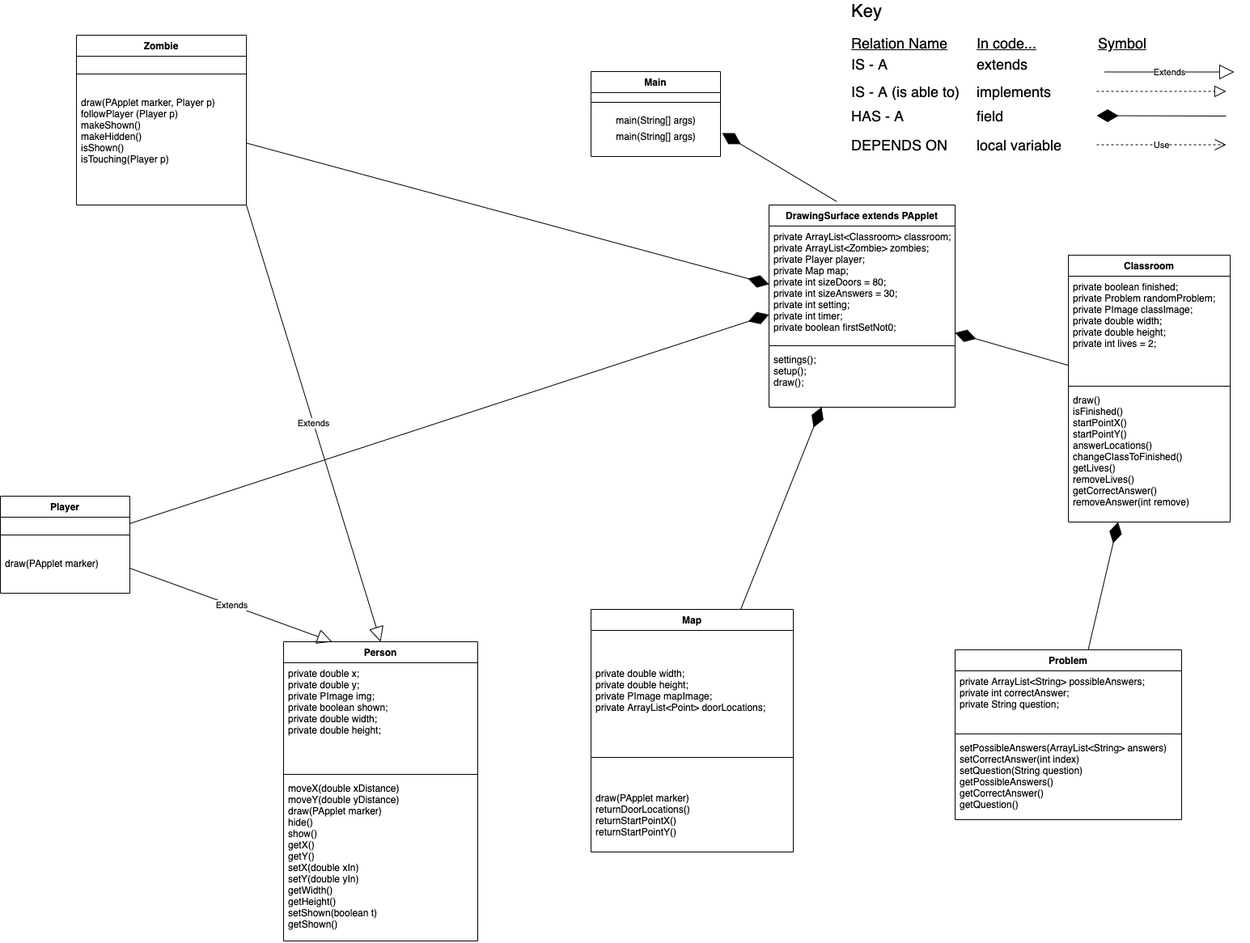
Above: doc/UML.png in HHSAPCompSci2020/capstone-project-duckbill-platypuses (draw.io), before the change. Source tidied: cells renumbered, new cells last; positions are measured from the earlier drawing's top-left corner, leaving out a move shared by most shapes.
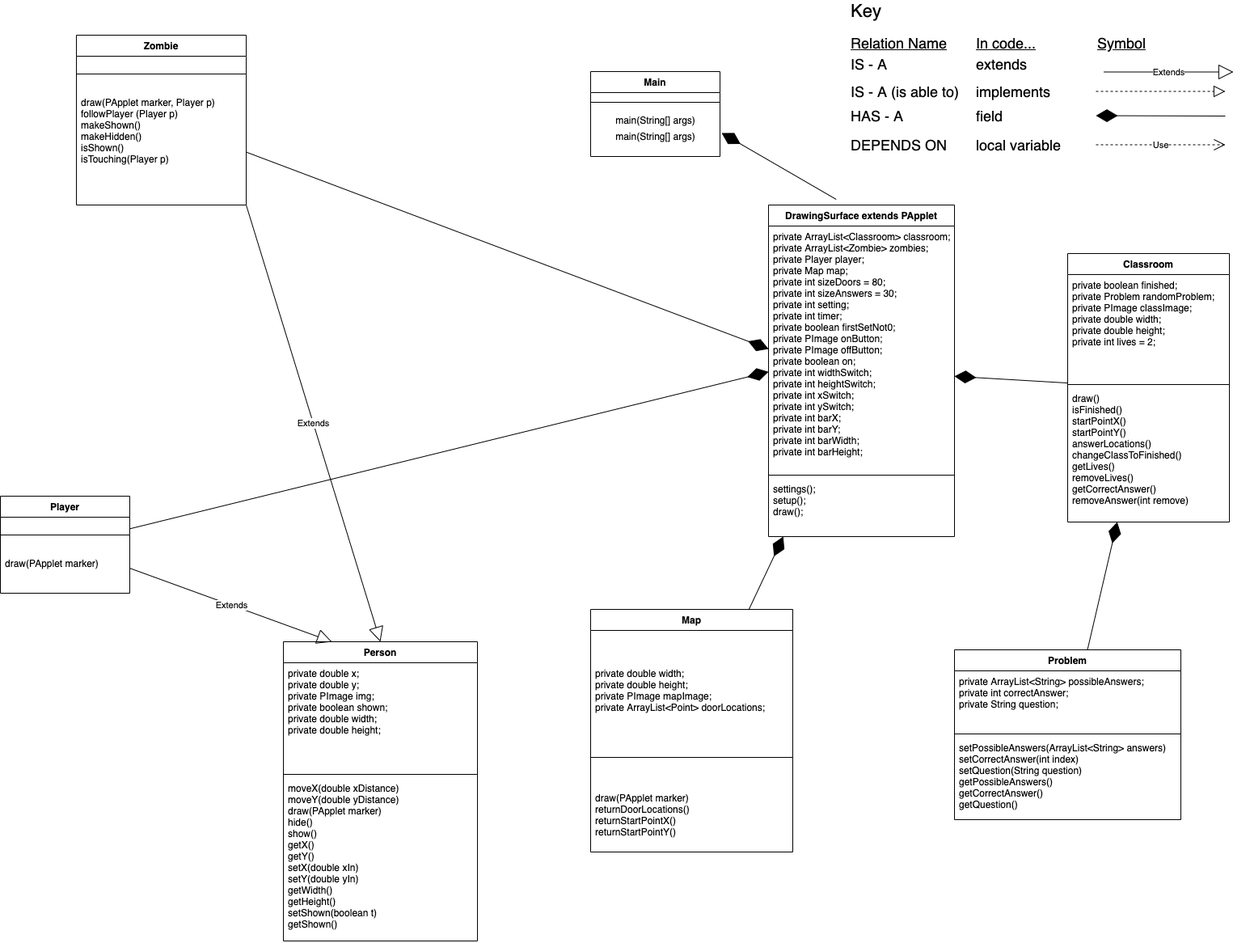
Above is the later version.

What changed in the source:
```diff
@@ -99,7 +99,7 @@
       <mxGeometry y="70" width="160" height="20" as="geometry" />
     </mxCell>
     <mxCell id="31" value="Classroom" style="swimlane;fontStyle=1;align=center;verticalAlign=top;horizontal=1;startSize=26;rounded=0;shadow=0;strokeWidth=1;" parent="1" vertex="1">
-      <mxGeometry x="1320" y="312" width="200" height="330" as="geometry" />
+      <mxGeometry x="1320" y="310" width="200" height="332" as="geometry" />
     </mxCell>
     <mxCell id="32" value="private boolean finished;&#10;&#9;private Problem randomProblem;&#10;&#9;private PImage classImage;&#10;&#9;private double width;&#10;&#9;private double height;&#10;&#9;private int lives = 2;" style="text;align=left;verticalAlign=top;spacingLeft=4;spacingRight=4;overflow=hidden;" parent="31" vertex="1">
       <mxGeometry y="26" width="200" height="132" as="geometry" />
@@ -120,16 +120,16 @@
       <mxGeometry y="70" width="160" height="26" as="geometry" />
     </mxCell>
     <mxCell id="38" value="DrawingSurface extends PApplet&#10;" style="swimlane;fontStyle=1;align=center;verticalAlign=top;horizontal=1;startSize=26;" parent="1" vertex="1">
-      <mxGeometry x="950" y="250" width="230" height="250" as="geometry" />
+      <mxGeometry x="950" y="250" width="230" height="410" as="geometry" />
     </mxCell>
-    <mxCell id="39" value="private ArrayList&lt;Classroom&gt; classroom; &#10;&#9;private ArrayList&lt;Zombie&gt; zombies;&#10;&#9;private Player player;&#10;&#9;private Map map;&#10;&#9;private int sizeDoors = 80;&#10;&#9;private int sizeAnswers = 30;&#10;&#9;private int setting;&#10;&#9;private int timer; &#10;&#9;private boolean firstSetNot0;" style="text;strokeColor=none;fillColor=none;align=left;verticalAlign=top;spacingLeft=4;spacingRight=4;overflow=hidden;points=[[0,0.5],[1,0.5]];portConstraint=eastwest;" parent="38" vertex="1">
-      <mxGeometry y="26" width="230" height="144" as="geometry" />
+    <mxCell id="39" value="&#9;private ArrayList&lt;Classroom&gt; classroom;&#10;&#9;private ArrayList&lt;Zombie&gt; zombies;&#10;&#9;private Player player;&#10;&#9;private Map map;&#10;&#9;private int sizeDoors = 80;&#10;&#9;private int sizeAnswers = 30;&#10;&#9;private int setting;&#10;&#9;private int timer;&#10;&#9;private boolean firstSetNot0;&#10;&#9;private PImage onButton;&#10;&#9;private PImage offButton;&#10;&#9;private boolean on; &#10;&#9;private int widthSwitch; &#10;&#9;private int heightSwitch;&#10;&#9;private int xSwitch;&#10;&#9;private int ySwitch; &#10;&#9;private int barX; &#10;&#9;private int barY;&#10;&#9;private int barWidth; &#10;&#9;private int barHeight; " style="text;strokeColor=none;fillColor=none;align=left;verticalAlign=top;spacingLeft=4;spacingRight=4;overflow=hidden;points=[[0,0.5],[1,0.5]];portConstraint=eastwest;" parent="38" vertex="1">
+      <mxGeometry y="26" width="230" height="304" as="geometry" />
     </mxCell>
     <mxCell id="40" style="line;strokeWidth=1;fillColor=none;align=left;verticalAlign=middle;spacingTop=-1;spacingLeft=3;spacingRight=3;labelPosition=right;" parent="38" vertex="1">
-      <mxGeometry y="170" width="230" height="8" as="geometry" />
+      <mxGeometry y="330" width="230" height="8" as="geometry" />
     </mxCell>
     <mxCell id="41" value="settings();&#10;setup();&#10;draw();" style="text;strokeColor=none;fillColor=none;align=left;verticalAlign=top;spacingLeft=4;spacingRight=4;overflow=hidden;" parent="38" vertex="1">
-      <mxGeometry y="178" width="230" height="72" as="geometry" />
+      <mxGeometry y="338" width="230" height="72" as="geometry" />
     </mxCell>
     <mxCell id="42" value="Zombie" style="swimlane;fontStyle=1;align=center;verticalAlign=top;horizontal=1;startSize=26;rounded=0;shadow=0;strokeWidth=1;" parent="1" vertex="1">
       <mxGeometry x="94" y="40" width="210" height="210" as="geometry" />
```
